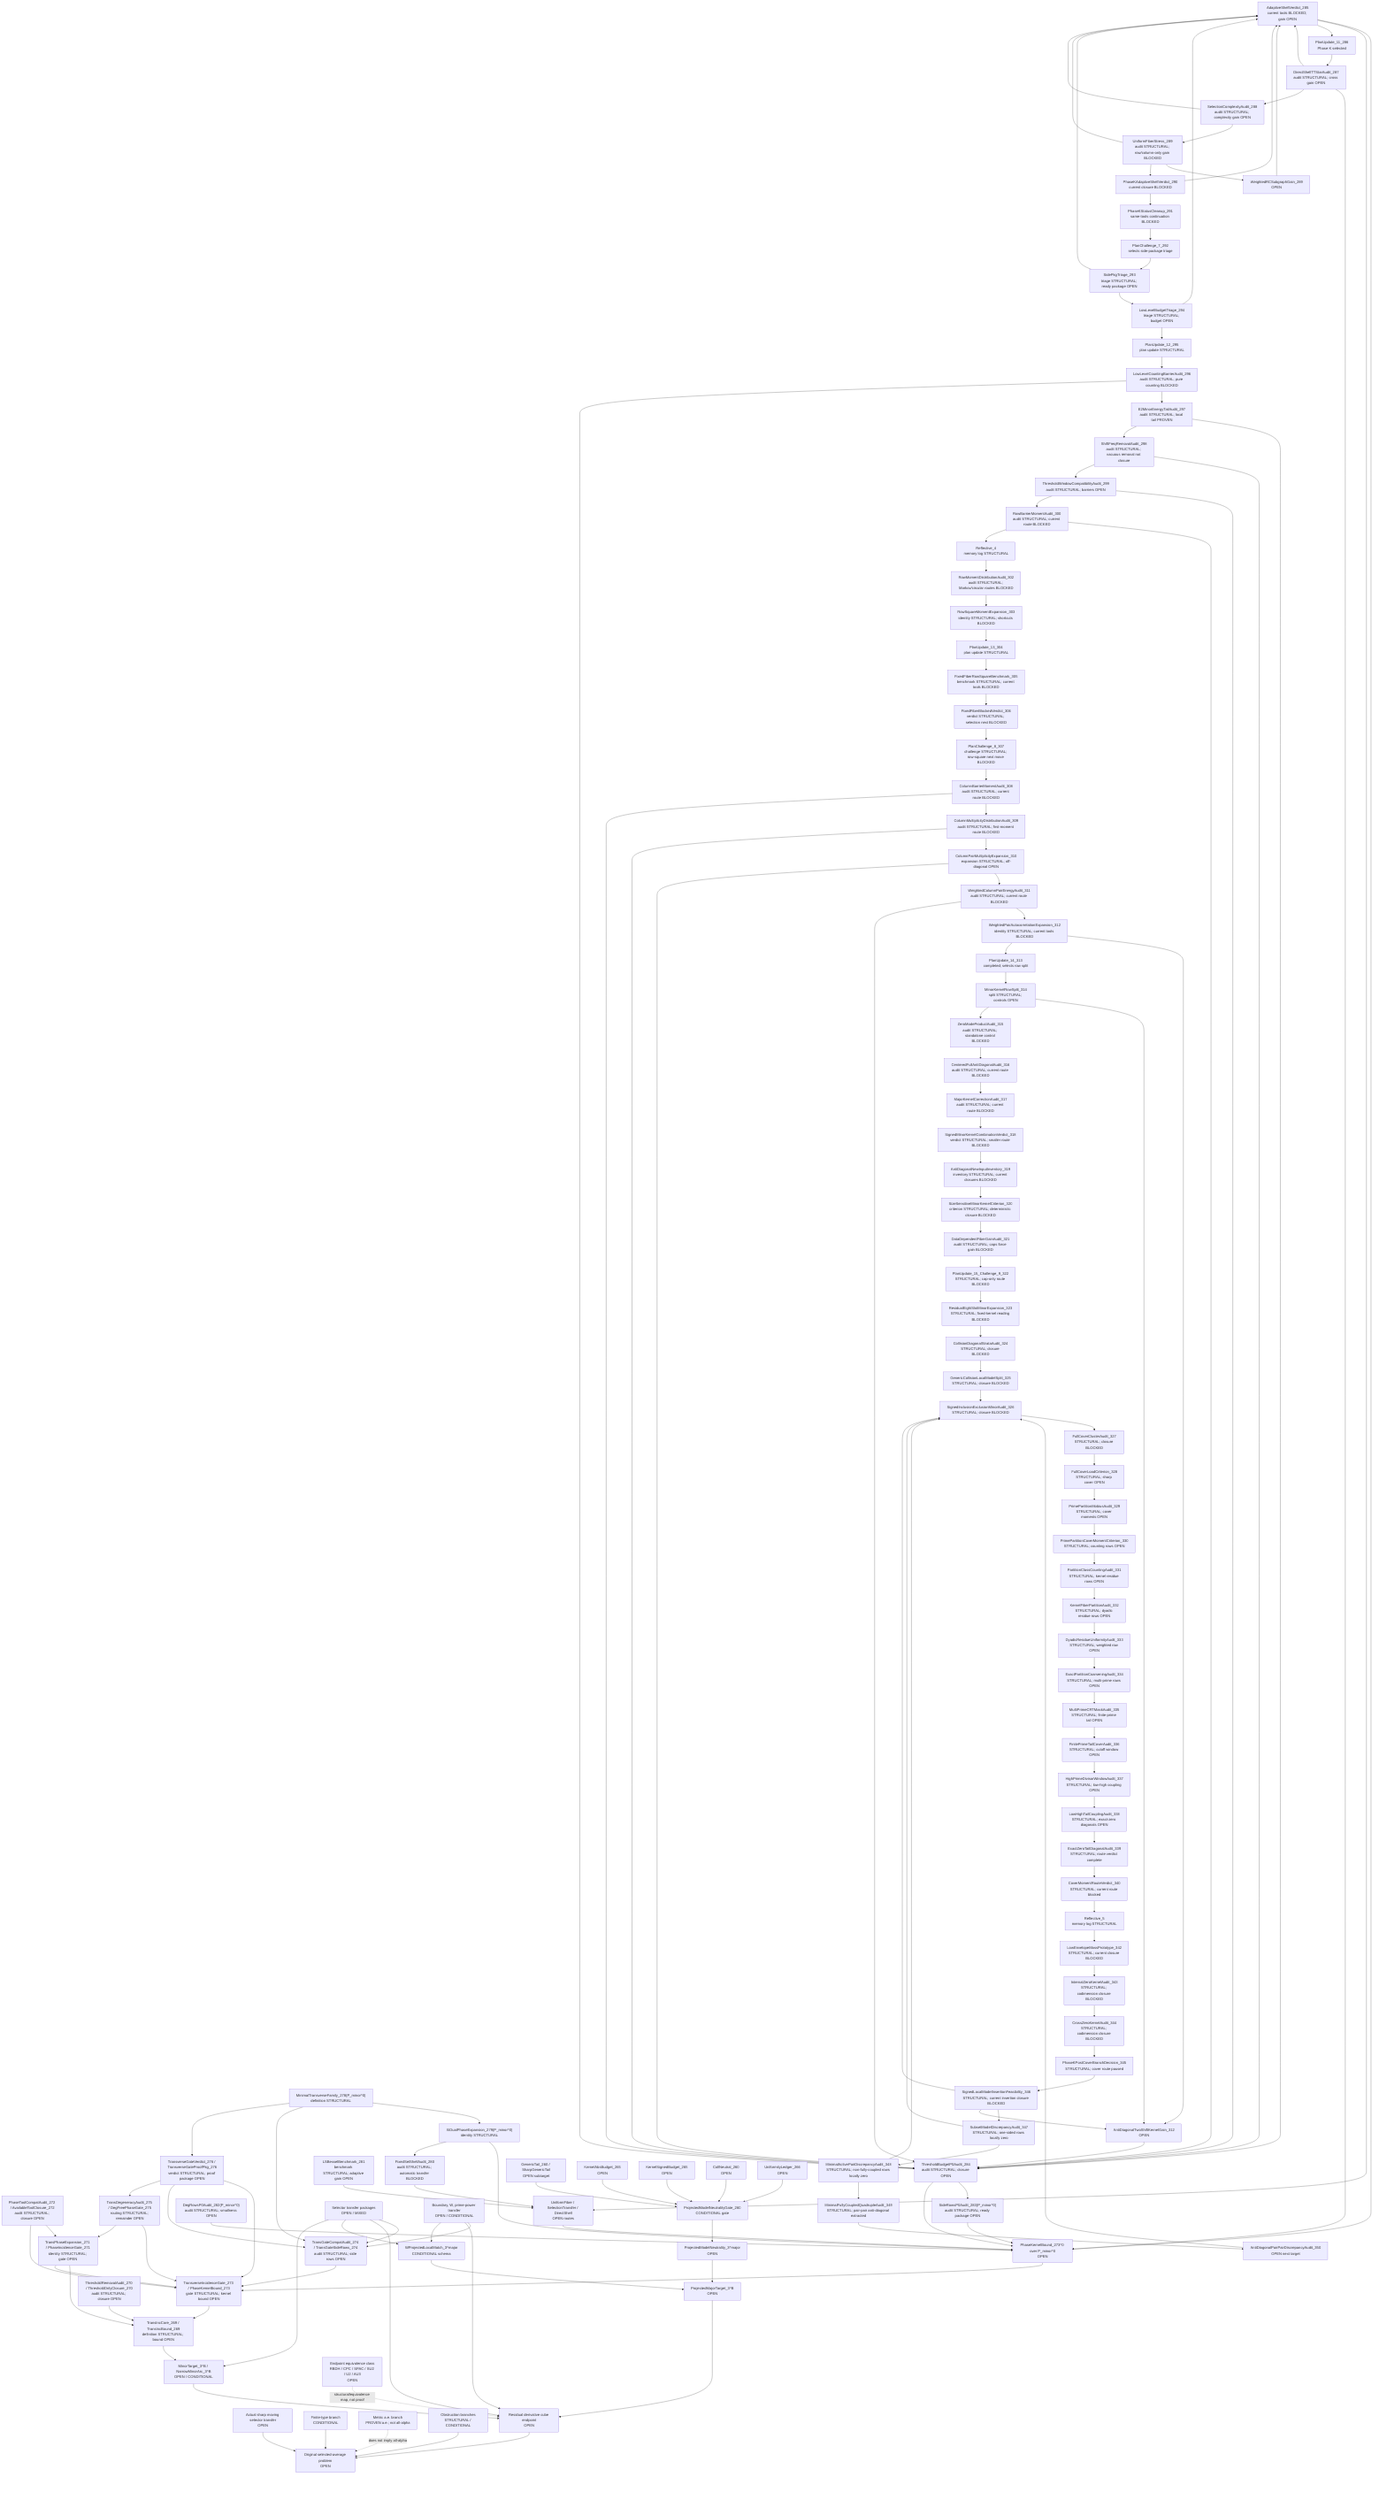
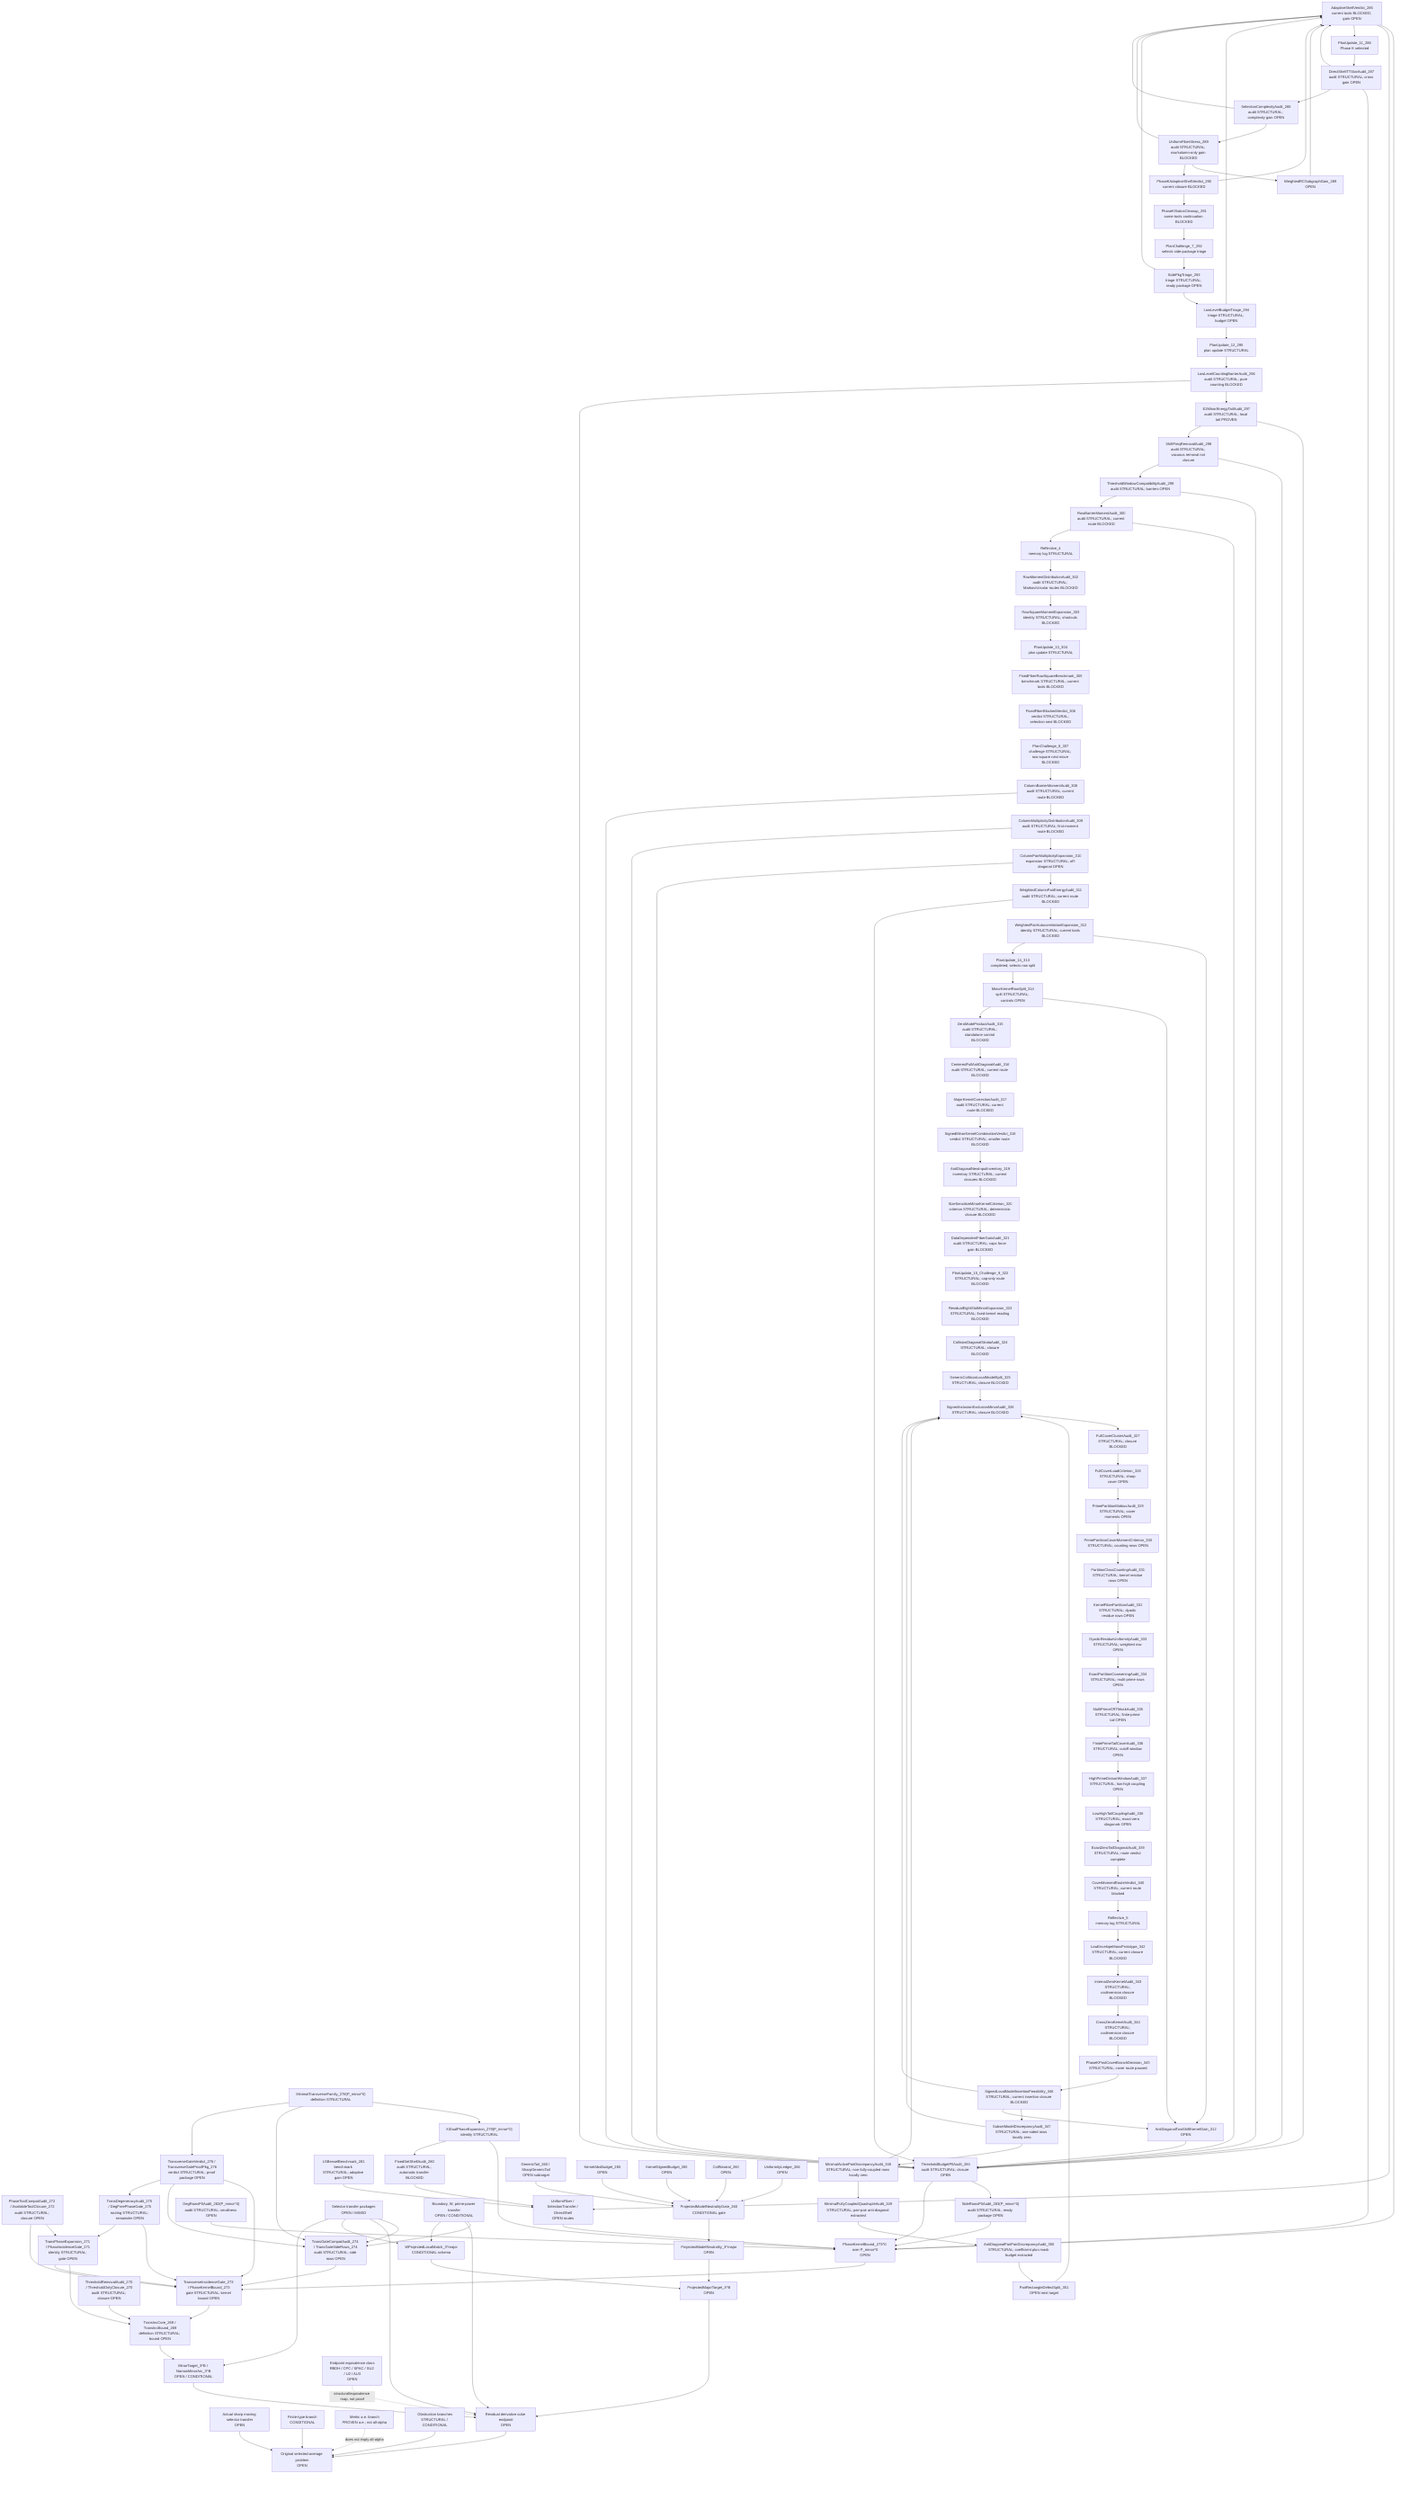
flowchart TD
  Original["Original selected-average problem<br/>OPEN"]
  SharpSel["Actual sharp moving selector transfer<br/>OPEN"]
  FiniteType["Finite-type branch<br/>CONDITIONAL"]
  Metric["Metric a.e. branch<br/>PROVEN a.e.; not all-alpha"]
  Obstruction["Obstruction branches<br/>STRUCTURAL / CONDITIONAL"]

  ResCube["Residual derivative cube endpoint<br/>OPEN"]
  MajorTarget["ProjectedMajorTarget_3^B<br/>OPEN"]
  MinorTarget["MinorTarget_3^B / NarrowMinorArc_3^B<br/>OPEN / CONDITIONAL"]
  TransInc["TransIncCore_269 / TransIncBound_269<br/>definition STRUCTURAL; bound OPEN"]
  ThresholdAudit["ThresholdRemovalAudit_270 / ThresholdOnlyClosure_270<br/>audit STRUCTURAL; closure OPEN"]
  PhaseExpansion["TransPhaseExpansion_271 / PhaseIncidenceGate_271<br/>identity STRUCTURAL; gate OPEN"]
  ToolCompat["PhaseToolCompatAudit_272 / AvailableToolClosure_272<br/>audit STRUCTURAL; closure OPEN"]
  TransGate["TransverseIncidenceGate_273 / PhaseKernelBound_273<br/>gate STRUCTURAL; kernel bound OPEN"]
  TransGateCompat["TransGateCompatAudit_274 / TransGateSideRows_274<br/>audit STRUCTURAL; side rows OPEN"]
  DegAudit["TransDegeneracyAudit_275 / DegFreePhaseGate_275<br/>routing STRUCTURAL; remainder OPEN"]
  TransVerdict["TransverseGateVerdict_276 / TransverseGateProofPkg_276<br/>verdict STRUCTURAL; proof package OPEN"]
  MinTransFamily["MinimalTransverseFamily_278(P_minor^0)<br/>definition STRUCTURAL"]
  XiExpansion["XiDualPhaseExpansion_279(P_minor^0)<br/>identity STRUCTURAL"]
  FixedShellAudit["FixedSetShellAudit_280<br/>audit STRUCTURAL; automatic transfer BLOCKED"]
  FixedShellTransfer["UniformFiber / SelectionTransfer / DirectShell<br/>OPEN routes"]
  LSBesselBench["LSBesselBenchmark_281<br/>benchmark STRUCTURAL; adaptive gain OPEN"]
  DegRowsP0["DegRowsP0Audit_282(P_minor^0)<br/>audit STRUCTURAL; smallness OPEN"]
  SideRowsP0["SideRowsP0Audit_283(P_minor^0)<br/>audit STRUCTURAL; ready package OPEN"]
  ThresholdP0["ThresholdBudgetP0Audit_284<br/>audit STRUCTURAL; closure OPEN"]
  AdaptiveShellP0["AdaptiveShellVerdict_285<br/>current tools BLOCKED; gain OPEN"]
  PlanUpdate11["PlanUpdate_11_286<br/>Phase K selected"]
  DirectTTStar["DirectShellTTStarAudit_287<br/>audit STRUCTURAL; cross gain OPEN"]
  SelectionComplexity["SelectionComplexityAudit_288<br/>audit STRUCTURAL; complexity gain OPEN"]
  UniformFiberStress["UniformFiberStress_289<br/>audit STRUCTURAL; row/column-only gain BLOCKED"]
  WeightedRCSubgraph["WeightedRCSubgraphGain_289<br/>OPEN"]
  AdaptiveVerdict290["PhaseKAdaptiveShellVerdict_290<br/>current closure BLOCKED"]
  PhaseKCleanup291["PhaseKStatusCleanup_291<br/>same-tools continuation BLOCKED"]
  PlanChallenge7["PlanChallenge_7_292<br/>selects side-package triage"]
  SidePkgTriage293["SidePkgTriage_293<br/>triage STRUCTURAL; ready package OPEN"]
  LowLevelTriage294["LowLevelBudgetTriage_294<br/>triage STRUCTURAL; budget OPEN"]
  PlanUpdate12["PlanUpdate_12_295<br/>plan update STRUCTURAL"]
  LowLevelBarrier296["LowLevelCountingBarrierAudit_296<br/>audit STRUCTURAL; pure counting BLOCKED"]
  E2Tail297["E2MinorEnergyTailAudit_297<br/>audit STRUCTURAL; local tail PROVEN"]
  ShiftFreq298["ShiftFreqRemovalAudit_298<br/>audit STRUCTURAL; vacuous removal not closure"]
  ThresholdWindow299["ThresholdWindowCompatibilityAudit_299<br/>audit STRUCTURAL; barriers OPEN"]
  RowBarrier300["RowBarrierMomentAudit_300<br/>audit STRUCTURAL; current route BLOCKED"]
  Reflective4["Reflective_4<br/>memory log STRUCTURAL"]
  RowMoment302["RowMomentDistributionAudit_302<br/>audit STRUCTURAL; Markov/circular routes BLOCKED"]
  RowSquare303["RowSquareMomentExpansion_303<br/>identity STRUCTURAL; shortcuts BLOCKED"]
  PlanUpdate13["PlanUpdate_13_304<br/>plan update STRUCTURAL"]
  FixedFiber305["FixedFiberRowSquareBenchmark_305<br/>benchmark STRUCTURAL; current tools BLOCKED"]
  FixedFiber306["FixedFiberBlockedVerdict_306<br/>verdict STRUCTURAL; selection next BLOCKED"]
  PlanChallenge8["PlanChallenge_8_307<br/>challenge STRUCTURAL; row-square next move BLOCKED"]
  ColumnBarrier308["ColumnBarrierMomentAudit_308<br/>audit STRUCTURAL; current route BLOCKED"]
  ColumnDist309["ColumnMultiplicityDistributionAudit_309<br/>audit STRUCTURAL; first-moment route BLOCKED"]
  ColumnPair310["ColumnPairMultiplicityExpansion_310<br/>expansion STRUCTURAL; off-diagonal OPEN"]
  WPair311["WeightedColumnPairEnergyAudit_311<br/>audit STRUCTURAL; current route BLOCKED"]
  AutoCorr312["WeightedPairAutocorrelationExpansion_312<br/>identity STRUCTURAL; current tools BLOCKED"]
  AntiDiag312["AntiDiagonalTwoShiftKernelGain_312<br/>OPEN"]
  PlanUpdate14["PlanUpdate_14_313<br/>completed; selects row split"]
  MinorKernel314["MinorKernelRowSplit_314<br/>split STRUCTURAL; controls OPEN"]
  ZeroAudit315["ZeroModeProductAudit_315<br/>audit STRUCTURAL; standalone control BLOCKED"]
  CenteredFull316["CenteredFullAntiDiagonalAudit_316<br/>audit STRUCTURAL; current route BLOCKED"]
  MajorCorr317["MajorKernelCorrectionAudit_317<br/>audit STRUCTURAL; current route BLOCKED"]
  SignedVerdict318["SignedMinorKernelCombinationVerdict_318<br/>verdict STRUCTURAL; smaller route BLOCKED"]
  NewInput319["AntiDiagonalNewInputInventory_319<br/>inventory STRUCTURAL; current closures BLOCKED"]
  SizeSensitive320["SizeSensitiveMinorKernelCriterion_320<br/>criterion STRUCTURAL; deterministic closure BLOCKED"]
  FiberGain321["DataDependentFiberGainAudit_321<br/>audit STRUCTURAL; caps force gain BLOCKED"]
  Plan322["PlanUpdate_15_Challenge_9_322<br/>STRUCTURAL; cap-only route BLOCKED"]
  ResidualEight323["ResidualEightSlotMinorExpansion_323<br/>STRUCTURAL; fixed-kernel reading BLOCKED"]
  Collision324["CollisionDiagonalStrataAudit_324<br/>STRUCTURAL; closure BLOCKED"]
  GenericSplit325["GenericCollisionLocalModelSplit_325<br/>STRUCTURAL; closure BLOCKED"]
  SignedIE326["SignedInclusionExclusionMinorAudit_326<br/>STRUCTURAL; closure BLOCKED"]
  FullCover327["FullCoverClusterAudit_327<br/>STRUCTURAL; closure BLOCKED"]
  CoverLoad328["FullCoverLoadCriterion_328<br/>STRUCTURAL; sharp cover OPEN"]
  PrimeMobius329["PrimePartitionMobiusAudit_329<br/>STRUCTURAL; cover moments OPEN"]
  CoverMoment330["PrimePartitionCoverMomentCriterion_330<br/>STRUCTURAL; counting rows OPEN"]
  PartitionCount331["PartitionClassCountingAudit_331<br/>STRUCTURAL; kernel residue rows OPEN"]
  KernelFiber332["KernelFiberPartitionAudit_332<br/>STRUCTURAL; dyadic residue rows OPEN"]
  Dyadic333["DyadicResidueUniformityAudit_333<br/>STRUCTURAL; weighted row OPEN"]
  Coarsening334["ExactPartitionCoarseningAudit_334<br/>STRUCTURAL; multi-prime rows OPEN"]
  CRTMask335["MultiPrimeCRTMaskAudit_335<br/>STRUCTURAL; finite-prime tail OPEN"]
  Tail336["FinitePrimeTailCoverAudit_336<br/>STRUCTURAL; cutoff window OPEN"]
  DivWindow337["HighPrimeDivisorWindowAudit_337<br/>STRUCTURAL; low-high coupling OPEN"]
  LowHigh338["LowHighTailCouplingAudit_338<br/>STRUCTURAL; exact-zero diagonals OPEN"]
  ExactZero339["ExactZeroTailDiagonalAudit_339<br/>STRUCTURAL; route verdict complete"]
  CoverVerdict340["CoverMomentRouteVerdict_340<br/>STRUCTURAL; current route blocked"]
  Reflective5["Reflective_5<br/>memory log STRUCTURAL"]
  LowEnvelope342["LowEnvelopeMassPrototype_342<br/>STRUCTURAL; current closure BLOCKED"]
  InternalZero343["InternalZeroKernelAudit_343<br/>STRUCTURAL; codimension closure BLOCKED"]
  CrossZero344["CrossZeroKernelAudit_344<br/>STRUCTURAL; codimension closure BLOCKED"]
  PhaseDecision345["PhaseKPostCoverBranchDecision_345<br/>STRUCTURAL; cover route paused"]
  SignedInsertion346["SignedLocalModelInsertionFeasibility_346<br/>STRUCTURAL; current insertion closure BLOCKED"]
  SubsetDiscrep347["SubsetModelDiscrepancyAudit_347<br/>STRUCTURAL; one-sided rows locally zero"]
  MinPair348["MinimalActivePairDiscrepancyAudit_348<br/>STRUCTURAL; non-fully-coupled rows locally zero"]
  MinQuad349["MinimalFullyCoupledQuadrupleAudit_349<br/>STRUCTURAL; pair-pair anti-diagonal extracted"]
-   PairPair350["AntiDiagonalPairPairDiscrepancyAudit_350<br/>OPEN next target"]
+   PairPair350["AntiDiagonalPairPairDiscrepancyAudit_350<br/>STRUCTURAL; coefficient plus mask budget extracted"]
+   DefectSplit351["PairRectangleDefectSplit_351<br/>OPEN next target"]
  PhaseKernel0["PhaseKernelBound_273^0 over P_minor^0<br/>OPEN"]
  SelectorTransfer["Selector transfer packages<br/>OPEN / MIXED"]
  BoundaryTransfer["Boundary, W, prime-power transfer<br/>OPEN / CONDITIONAL"]

  WLocal["WProjectedLocalMatch_3^major<br/>CONDITIONAL schema"]
  ModelNeutral["ProjectedModelNeutrality_3^major<br/>OPEN"]
  PMNGate["ProjectedModelNeutralityGate_260<br/>CONDITIONAL gate"]
  GenericTail["GenericTail_260 / SharpGenericTail<br/>OPEN subtarget"]
  KernelAbs["KernelAbsBudget_265<br/>OPEN"]
  KernelSigned["KernelSignedBudget_265<br/>OPEN"]
  CollNeutral["CollNeutral_260<br/>OPEN"]
  Uniformity["UniformityLedger_266<br/>OPEN"]

  EndpointClass["Endpoint equivalence class<br/>RBDH / CPC / SPAC / SU2 / U2 / AU3<br/>OPEN"]

  SharpSel --> Original
  FiniteType --> Original
  Obstruction --> Original
  ResCube --> Original
  Metric -. "does not imply all-alpha" .-> Original

  MajorTarget --> ResCube
  MinorTarget --> ResCube
  TransInc --> MinorTarget
  ThresholdAudit --> TransInc
  PhaseExpansion --> TransInc
  ToolCompat --> PhaseExpansion
  TransGate --> TransInc
  PhaseExpansion --> TransGate
  ToolCompat --> TransGate
  TransGateCompat --> TransGate
  SelectorTransfer --> TransGateCompat
  BoundaryTransfer --> TransGateCompat
  DegAudit --> TransGate
  DegAudit --> PhaseExpansion
  TransVerdict --> TransGate
  TransVerdict --> TransGateCompat
  TransVerdict --> DegAudit
  PhaseKernel0 --> TransGate
  MinTransFamily --> XiExpansion
  XiExpansion --> PhaseKernel0
  XiExpansion --> FixedShellAudit
  FixedShellAudit --> FixedShellTransfer
  FixedShellTransfer --> PhaseKernel0
  LSBesselBench --> FixedShellTransfer
  DegRowsP0 --> PhaseKernel0
  SideRowsP0 --> PhaseKernel0
  ThresholdP0 --> SideRowsP0
  ThresholdP0 --> PhaseKernel0
  AdaptiveShellP0 --> PhaseKernel0
  AdaptiveShellP0 --> FixedShellTransfer
  AdaptiveShellP0 --> PlanUpdate11
  PlanUpdate11 --> DirectTTStar
  DirectTTStar --> AdaptiveShellP0
  DirectTTStar --> PhaseKernel0
  DirectTTStar --> SelectionComplexity
  SelectionComplexity --> UniformFiberStress
  SelectionComplexity --> AdaptiveShellP0
  UniformFiberStress --> WeightedRCSubgraph
  WeightedRCSubgraph --> AdaptiveShellP0
  UniformFiberStress --> AdaptiveVerdict290
  UniformFiberStress --> AdaptiveShellP0
  AdaptiveVerdict290 --> AdaptiveShellP0
  AdaptiveVerdict290 --> PhaseKCleanup291
  PhaseKCleanup291 --> PlanChallenge7
  PlanChallenge7 --> SidePkgTriage293
  SidePkgTriage293 --> LowLevelTriage294
  SidePkgTriage293 --> AdaptiveShellP0
  LowLevelTriage294 --> AdaptiveShellP0
  LowLevelTriage294 --> PlanUpdate12
  PlanUpdate12 --> LowLevelBarrier296
  LowLevelBarrier296 --> E2Tail297
  LowLevelBarrier296 --> ThresholdP0
  E2Tail297 --> ThresholdP0
  E2Tail297 --> ShiftFreq298
  ShiftFreq298 --> ThresholdP0
  ShiftFreq298 --> ThresholdWindow299
  ThresholdWindow299 --> ThresholdP0
  ThresholdWindow299 --> RowBarrier300
  RowBarrier300 --> ThresholdP0
  RowBarrier300 --> Reflective4
  Reflective4 --> RowMoment302
  RowMoment302 --> RowSquare303
  RowSquare303 --> PlanUpdate13
  PlanUpdate13 --> FixedFiber305
  FixedFiber305 --> FixedFiber306
  FixedFiber306 --> PlanChallenge8
  PlanChallenge8 --> ColumnBarrier308
  ColumnBarrier308 --> ColumnDist309
  ColumnDist309 --> ColumnPair310
  ColumnPair310 --> WPair311
  WPair311 --> AutoCorr312
  AutoCorr312 --> AntiDiag312
  AntiDiag312 --> ThresholdP0
  AutoCorr312 --> PlanUpdate14
  PlanUpdate14 --> MinorKernel314
  MinorKernel314 --> AntiDiag312
  MinorKernel314 --> ZeroAudit315
  ZeroAudit315 --> CenteredFull316
  CenteredFull316 --> MajorCorr317
  MajorCorr317 --> SignedVerdict318
  SignedVerdict318 --> NewInput319
  NewInput319 --> SizeSensitive320
  SizeSensitive320 --> FiberGain321
  FiberGain321 --> Plan322
  Plan322 --> ResidualEight323
  ResidualEight323 --> Collision324
  Collision324 --> GenericSplit325
  GenericSplit325 --> SignedIE326
  SignedIE326 --> FullCover327
  FullCover327 --> CoverLoad328
  CoverLoad328 --> PrimeMobius329
  PrimeMobius329 --> CoverMoment330
  CoverMoment330 --> PartitionCount331
  PartitionCount331 --> KernelFiber332
  KernelFiber332 --> Dyadic333
  Dyadic333 --> Coarsening334
  Coarsening334 --> CRTMask335
  CRTMask335 --> Tail336
  Tail336 --> DivWindow337
  DivWindow337 --> LowHigh338
  LowHigh338 --> ExactZero339
  ExactZero339 --> CoverVerdict340
  CoverVerdict340 --> Reflective5
  Reflective5 --> LowEnvelope342
  LowEnvelope342 --> InternalZero343
  InternalZero343 --> CrossZero344
  CrossZero344 --> PhaseDecision345
  PhaseDecision345 --> SignedInsertion346
  SignedInsertion346 --> SubsetDiscrep347
  SubsetDiscrep347 --> MinPair348
  MinPair348 --> MinQuad349
  MinQuad349 --> PairPair350
-   PairPair350 --> SignedIE326
+   PairPair350 --> DefectSplit351
+   DefectSplit351 --> SignedIE326
  MinPair348 --> SignedIE326
  SubsetDiscrep347 --> SignedIE326
  SignedInsertion346 --> SignedIE326
  SignedInsertion346 --> AntiDiag312
  WPair311 --> ThresholdP0
  ColumnPair310 --> ThresholdP0
  ColumnDist309 --> ThresholdP0
  ColumnBarrier308 --> ThresholdP0
  MinTransFamily --> TransGateCompat
  MinTransFamily --> TransVerdict
  SelectorTransfer --> ResCube
  BoundaryTransfer --> ResCube
  EndpointClass -. "structural/equivalence map, not proof" .-> ResCube

  WLocal --> MajorTarget
  ModelNeutral --> MajorTarget

  PMNGate --> ModelNeutral
  GenericTail --> PMNGate
  KernelAbs --> PMNGate
  KernelSigned --> PMNGate
  CollNeutral --> PMNGate
  Uniformity --> PMNGate

  BoundaryTransfer --> WLocal
  SelectorTransfer --> WLocal
  SelectorTransfer --> MinorTarget
